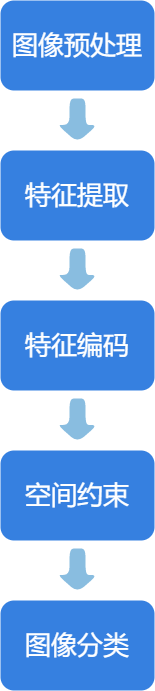
AAAAAAAyq/Personal-Studying keeps this draw.io diagram as Untitled Diagram.png. Above is the earlier version. Source tidied: cells renumbered, new cells last; positions are measured from the earlier drawing's top-left corner, leaving out a move shared by most shapes.
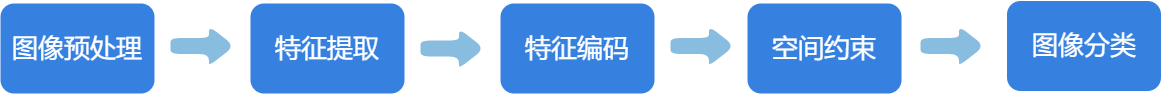
After the commit.

What changed in the source:
```diff
@@ -3,31 +3,31 @@
     <mxCell id="0" />
     <mxCell id="1" parent="0" />
     <mxCell id="2" value="&lt;font color=&quot;#ffffff&quot; style=&quot;font-size: 26px&quot; face=&quot;Times New Roman&quot;&gt;图像预处理&lt;/font&gt;" style="rounded=1;whiteSpace=wrap;html=1;strokeColor=none;fillColor=#3680E0;" parent="1" vertex="1">
-      <mxGeometry width="154" height="90" as="geometry" />
+      <mxGeometry x="-257" y="15" width="154" height="90" as="geometry" />
     </mxCell>
-    <mxCell id="3" style="shape=singleArrow;whiteSpace=wrap;html=1;arrowWidth=0.4;arrowSize=0.4;flipH=1;rounded=1;strokeColor=none;rotation=-90;fillColor=#89BDE0;" parent="1" vertex="1">
-      <mxGeometry x="55" y="100" width="44" height="40" as="geometry" />
+    <mxCell id="3" style="shape=singleArrow;whiteSpace=wrap;html=1;arrowWidth=0.4;arrowSize=0.4;flipH=1;rounded=1;strokeColor=none;rotation=-180;fillColor=#89BDE0;" parent="1" vertex="1">
+      <mxGeometry x="-87" y="37.5" width="64" height="40" as="geometry" />
     </mxCell>
     <mxCell id="4" value="&lt;font color=&quot;#ffffff&quot; style=&quot;font-size: 26px&quot; face=&quot;Times New Roman&quot;&gt;特征提取&lt;/font&gt;" style="rounded=1;whiteSpace=wrap;html=1;strokeColor=none;fillColor=#3680E0;" parent="1" vertex="1">
-      <mxGeometry y="150" width="154" height="90" as="geometry" />
+      <mxGeometry x="-7" y="15" width="154" height="90" as="geometry" />
     </mxCell>
-    <mxCell id="5" style="shape=singleArrow;whiteSpace=wrap;html=1;arrowWidth=0.4;arrowSize=0.4;flipH=1;rounded=1;strokeColor=none;rotation=-90;fillColor=#89BDE0;" parent="1" vertex="1">
-      <mxGeometry x="55" y="250" width="44" height="40" as="geometry" />
-    </mxCell>
+    <mxCell id="8" value="&lt;font color=&quot;#ffffff&quot; face=&quot;Times New Roman&quot;&gt;&lt;span style=&quot;font-size: 26px&quot;&gt;空间约束&lt;/span&gt;&lt;/font&gt;" style="rounded=1;whiteSpace=wrap;html=1;strokeColor=none;fillColor=#3680E0;" parent="1" vertex="1">
+      <mxGeometry x="490" y="15" width="154" height="90" as="geometry" />
+    </mxCell>
+    <mxCell id="10" value="&lt;font color=&quot;#ffffff&quot; style=&quot;font-size: 26px&quot; face=&quot;Times New Roman&quot;&gt;图像分类&lt;/font&gt;" style="rounded=1;whiteSpace=wrap;html=1;strokeColor=none;fillColor=#3680E0;" parent="1" vertex="1">
+      <mxGeometry x="749.5" y="12.5" width="154" height="90" as="geometry" />
+    </mxCell>
+    <mxCell id="11" style="shape=singleArrow;whiteSpace=wrap;html=1;arrowWidth=0.4;arrowSize=0.4;flipH=1;rounded=1;strokeColor=none;rotation=-180;fillColor=#89BDE0;" parent="1" vertex="1">
+      <mxGeometry x="163" y="40" width="64" height="40" as="geometry" />
+    </mxCell>
+    <mxCell id="12" style="shape=singleArrow;whiteSpace=wrap;html=1;arrowWidth=0.4;arrowSize=0.4;flipH=1;rounded=1;strokeColor=none;rotation=-180;fillColor=#89BDE0;" parent="1" vertex="1">
+      <mxGeometry x="413" y="37.5" width="64" height="40" as="geometry" />
+    </mxCell>
+    <mxCell id="13" style="shape=singleArrow;whiteSpace=wrap;html=1;arrowWidth=0.4;arrowSize=0.4;flipH=1;rounded=1;strokeColor=none;rotation=-180;fillColor=#89BDE0;" parent="1" vertex="1">
+      <mxGeometry x="663" y="37.5" width="64" height="40" as="geometry" />
+    </mxCell>
     <mxCell id="6" value="&lt;font color=&quot;#ffffff&quot; style=&quot;font-size: 26px&quot; face=&quot;Times New Roman&quot;&gt;特征编码&lt;/font&gt;" style="rounded=1;whiteSpace=wrap;html=1;strokeColor=none;fillColor=#3680E0;" parent="1" vertex="1">
-      <mxGeometry y="300" width="154" height="90" as="geometry" />
+      <mxGeometry x="243" y="15" width="154" height="90" as="geometry" />
     </mxCell>
-    <mxCell id="7" style="shape=singleArrow;whiteSpace=wrap;html=1;arrowWidth=0.4;arrowSize=0.4;flipH=1;rounded=1;strokeColor=none;rotation=-90;fillColor=#89BDE0;" parent="1" vertex="1">
-      <mxGeometry x="55" y="400" width="44" height="40" as="geometry" />
-    </mxCell>
-    <mxCell id="8" value="&lt;font color=&quot;#ffffff&quot; face=&quot;Times New Roman&quot;&gt;&lt;span style=&quot;font-size: 26px&quot;&gt;空间约束&lt;/span&gt;&lt;/font&gt;" style="rounded=1;whiteSpace=wrap;html=1;strokeColor=none;fillColor=#3680E0;" parent="1" vertex="1">
-      <mxGeometry y="450" width="154" height="90" as="geometry" />
-    </mxCell>
-    <mxCell id="9" style="shape=singleArrow;whiteSpace=wrap;html=1;arrowWidth=0.4;arrowSize=0.4;flipH=1;rounded=1;strokeColor=none;rotation=-90;fillColor=#89BDE0;" parent="1" vertex="1">
-      <mxGeometry x="55" y="550" width="44" height="40" as="geometry" />
-    </mxCell>
-    <mxCell id="10" value="&lt;font color=&quot;#ffffff&quot; style=&quot;font-size: 26px&quot; face=&quot;Times New Roman&quot;&gt;图像分类&lt;/font&gt;" style="rounded=1;whiteSpace=wrap;html=1;strokeColor=none;fillColor=#3680E0;" parent="1" vertex="1">
-      <mxGeometry y="600" width="154" height="90" as="geometry" />
-    </mxCell>
   </root>
 </mxGraphModel>
```
